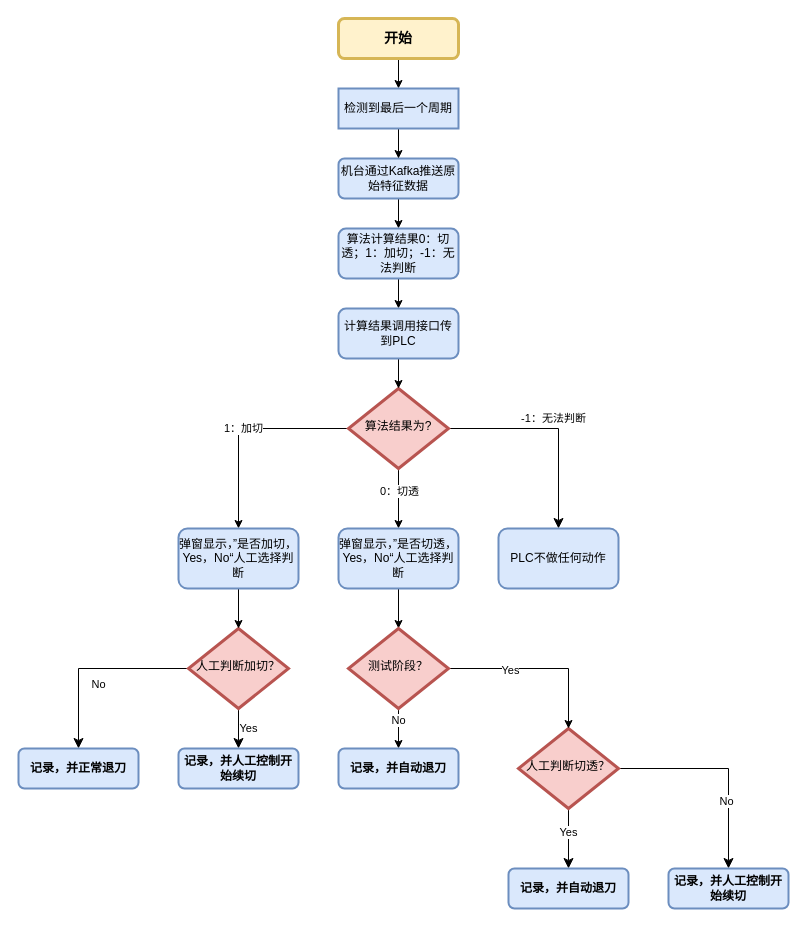
Earlier version of the draw.io diagram 流程图.drawio (naivea/graph). Source tidied: cells renumbered, new cells numbered last; positions are measured from the earlier drawing's top-left corner, leaving out a move shared by most shapes. Both pictures are drawn from the tidied source at 100%, with x=0, y=0 at pixel (18, 18).
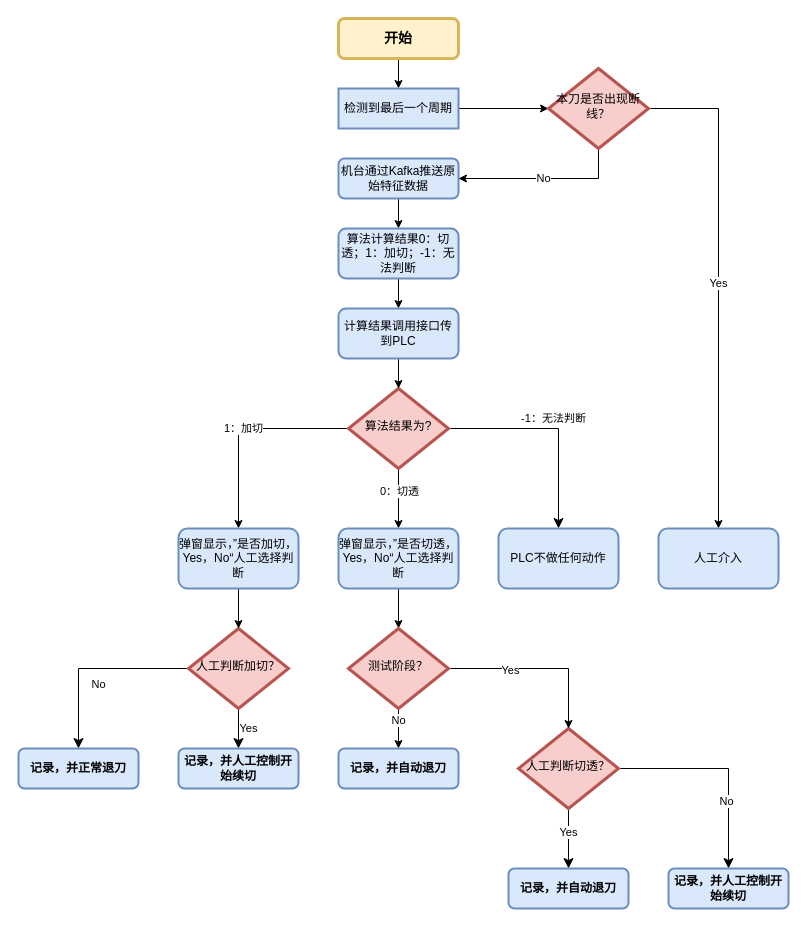
The same page after the edit.

Commit message:
更新流程图.drawio

Unchanged cells that the change refers to:
```xml
<mxCell id="3" value="机台通过Kafka推送原始特征数据" style="rounded=1;whiteSpace=wrap;html=1;fontSize=12;glass=0;strokeWidth=2;shadow=0;fillColor=#dae8fc;strokeColor=#6c8ebf;" parent="1" vertex="1">
  <mxGeometry x="320" y="140" width="120" height="40" as="geometry" />
</mxCell>
<mxCell id="18" value="检测到最后一个周期" style="rounded=0;whiteSpace=wrap;html=1;fillColor=#dae8fc;strokeColor=#6c8ebf;strokeWidth=2;" parent="1" vertex="1">
  <mxGeometry x="320" y="70" width="120" height="40" as="geometry" />
</mxCell>
```

The edit, as a diff of the source:
```diff
@@
-    <mxCell id="17" style="edgeStyle=orthogonalEdgeStyle;rounded=0;jettySize=auto;html=1;exitX=0.5;exitY=1;exitDx=0;exitDy=0;entryX=0.5;entryY=0;entryDx=0;entryDy=0;" parent="1" edge="1" source="18" target="3">
-      <mxGeometry relative="1" as="geometry" />
-    </mxCell>
+    <mxCell id="40" style="edgeStyle=orthogonalEdgeStyle;rounded=0;jettySize=auto;html=1;exitX=1;exitY=0.5;exitDx=0;exitDy=0;entryX=0;entryY=0.5;entryDx=0;entryDy=0;" parent="1" edge="1" source="18" target="43">
+      <mxGeometry relative="1" as="geometry" />
+    </mxCell>
@@
+    <mxCell id="41" value="No" style="edgeStyle=orthogonalEdgeStyle;rounded=0;jettySize=auto;html=1;exitX=0.5;exitY=1;exitDx=0;exitDy=0;entryX=1;entryY=0.5;entryDx=0;entryDy=0;" parent="1" edge="1" source="43" target="3">
+      <mxGeometry relative="1" as="geometry" />
+    </mxCell>
+    <mxCell id="42" value="Yes" style="edgeStyle=orthogonalEdgeStyle;rounded=0;jettySize=auto;html=1;exitX=1;exitY=0.5;exitDx=0;exitDy=0;" parent="1" edge="1" source="43" target="44">
+      <mxGeometry relative="1" as="geometry" />
+    </mxCell>
+    <mxCell id="43" value="本刀是否出现断线？" style="rhombus;whiteSpace=wrap;html=1;shadow=0;fontFamily=Helvetica;fontSize=12;align=center;strokeWidth=3;spacing=6;spacingTop=-4;fillColor=#f8cecc;strokeColor=#b85450;" parent="1" vertex="1">
+      <mxGeometry x="530" y="50" width="100" height="80" as="geometry" />
+    </mxCell>
+    <mxCell id="44" value="人工介入" style="rounded=1;whiteSpace=wrap;html=1;fontSize=12;glass=0;strokeWidth=2;shadow=0;fillColor=#dae8fc;strokeColor=#6c8ebf;" parent="1" vertex="1">
+      <mxGeometry x="640" y="510" width="120" height="60" as="geometry" />
+    </mxCell>
```
